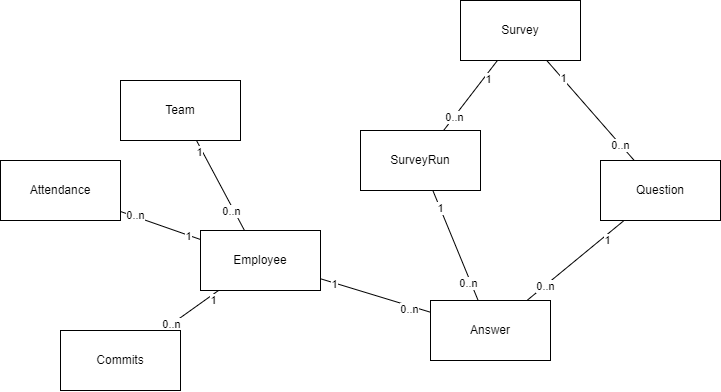
Creebos/Mindwatch keeps this draw.io diagram as docs/DiagramEntityRelationship.drawio.png. Above is the earlier version. Source tidied: cells renumbered, new cells last; positions are measured from the earlier drawing's top-left corner, leaving out a move shared by most shapes.
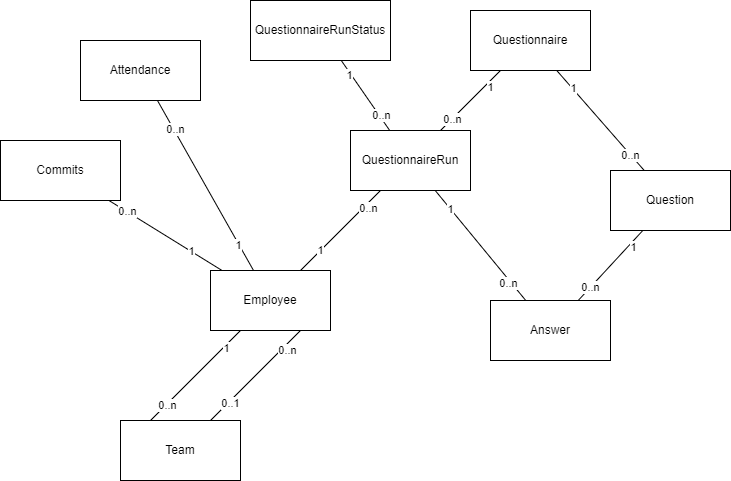
The same file after the commit.

The edit, as a diff of the source:
```diff
@@ -2,31 +2,44 @@
   <root>
     <mxCell id="0" />
     <mxCell id="1" parent="0" />
-    <mxCell id="2" style="edgeStyle=none;html=1;endArrow=none;endFill=0;" parent="1" edge="1" source="5" target="21">
+    <mxCell id="2" style="edgeStyle=none;html=1;endArrow=none;endFill=0;" parent="1" edge="1" source="5" target="25">
       <mxGeometry relative="1" as="geometry" />
     </mxCell>
     <mxCell id="3" value="1" style="edgeLabel;html=1;align=center;verticalAlign=middle;" parent="2" vertex="1">
-      <mxGeometry x="-0.76" y="-1" relative="1" as="geometry" />
+      <mxGeometry x="-0.76" y="-1" relative="1" as="geometry">
+        <mxPoint x="9" y="-11" as="offset" />
+      </mxGeometry>
     </mxCell>
     <mxCell id="4" value="0..n" style="edgeLabel;html=1;align=center;verticalAlign=middle;" parent="2" vertex="1">
       <mxGeometry x="0.62" y="-3" relative="1" as="geometry" />
     </mxCell>
+    <mxCell id="34" style="edgeStyle=none;html=1;exitX=0.75;exitY=1;exitDx=0;exitDy=0;entryX=0.75;entryY=0;entryDx=0;entryDy=0;endArrow=none;endFill=0;" parent="1" edge="1" source="5" target="9">
+      <mxGeometry relative="1" as="geometry" />
+    </mxCell>
+    <mxCell id="35" value="0..1" style="edgeLabel;html=1;align=center;verticalAlign=middle;" parent="34" vertex="1">
+      <mxGeometry x="0.6" y="2" relative="1" as="geometry">
+        <mxPoint y="-1" as="offset" />
+      </mxGeometry>
+    </mxCell>
+    <mxCell id="36" value="0..n" style="edgeLabel;html=1;align=center;verticalAlign=middle;" parent="34" vertex="1">
+      <mxGeometry x="-0.65" y="5" relative="1" as="geometry">
+        <mxPoint x="-1" as="offset" />
+      </mxGeometry>
+    </mxCell>
     <mxCell id="5" value="Employee" style="rounded=0;whiteSpace=wrap;html=1;" parent="1" vertex="1">
-      <mxGeometry x="200" y="230" width="120" height="60" as="geometry" />
+      <mxGeometry x="200" y="260" width="120" height="60" as="geometry" />
     </mxCell>
-    <mxCell id="6" style="edgeStyle=none;html=1;endArrow=none;endFill=0;" parent="1" edge="1" source="9" target="5">
+    <mxCell id="6" style="edgeStyle=none;html=1;exitX=0.25;exitY=0;exitDx=0;exitDy=0;entryX=0.25;entryY=1;entryDx=0;entryDy=0;endArrow=none;endFill=0;" parent="1" edge="1" source="9" target="5">
       <mxGeometry relative="1" as="geometry" />
     </mxCell>
-    <mxCell id="7" value="0..n" style="edgeLabel;html=1;align=center;verticalAlign=middle;" parent="6" vertex="1">
-      <mxGeometry x="-0.36" y="-1" relative="1" as="geometry">
-        <mxPoint x="20" y="41" as="offset" />
-      </mxGeometry>
-    </mxCell>
-    <mxCell id="8" value="1" style="edgeLabel;html=1;align=center;verticalAlign=middle;" parent="6" vertex="1">
-      <mxGeometry x="-0.77" y="-3" relative="1" as="geometry" />
-    </mxCell>
+    <mxCell id="37" value="1" style="edgeLabel;html=1;align=center;verticalAlign=middle;" parent="6" vertex="1">
+      <mxGeometry x="0.66" y="-2" relative="1" as="geometry" />
+    </mxCell>
+    <mxCell id="38" value="0..n" style="edgeLabel;html=1;align=center;verticalAlign=middle;" parent="6" vertex="1">
+      <mxGeometry x="-0.64" y="-1" relative="1" as="geometry" />
+    </mxCell>
     <mxCell id="9" value="Team" style="rounded=0;whiteSpace=wrap;html=1;" parent="1" vertex="1">
-      <mxGeometry x="120" y="80" width="120" height="60" as="geometry" />
+      <mxGeometry x="110" y="410" width="120" height="60" as="geometry" />
     </mxCell>
     <mxCell id="10" style="edgeStyle=none;html=1;endArrow=none;endFill=0;" parent="1" edge="1" source="13" target="25">
       <mxGeometry relative="1" as="geometry" />
@@ -37,7 +50,7 @@
     <mxCell id="12" value="0..n" style="edgeLabel;html=1;align=center;verticalAlign=middle;" parent="10" vertex="1">
       <mxGeometry x="0.63" relative="1" as="geometry" />
     </mxCell>
-    <mxCell id="13" value="Survey" style="rounded=0;whiteSpace=wrap;html=1;" parent="1" vertex="1">
+    <mxCell id="13" value="Questionnaire" style="rounded=0;whiteSpace=wrap;html=1;" parent="1" vertex="1">
       <mxGeometry x="460" width="120" height="60" as="geometry" />
     </mxCell>
     <mxCell id="14" style="edgeStyle=none;html=1;endArrow=none;endFill=0;" parent="1" edge="1" source="17" target="13">
@@ -64,7 +77,7 @@
       <mxGeometry x="-0.63" relative="1" as="geometry" />
     </mxCell>
     <mxCell id="21" value="Answer" style="rounded=0;whiteSpace=wrap;html=1;" parent="1" vertex="1">
-      <mxGeometry x="430" y="300" width="120" height="60" as="geometry" />
+      <mxGeometry x="480" y="290" width="120" height="60" as="geometry" />
     </mxCell>
     <mxCell id="22" style="edgeStyle=none;html=1;endArrow=none;endFill=0;" parent="1" edge="1" source="25" target="21">
       <mxGeometry relative="1" as="geometry" />
@@ -79,8 +92,17 @@
         <mxPoint y="1" as="offset" />
       </mxGeometry>
     </mxCell>
+    <mxCell id="39" style="html=1;endArrow=none;endFill=0;" parent="1" edge="1" source="25" target="42">
+      <mxGeometry relative="1" as="geometry" />
+    </mxCell>
+    <mxCell id="40" value="0..n" style="edgeLabel;html=1;align=center;verticalAlign=middle;" parent="39" vertex="1">
+      <mxGeometry x="-0.58" y="-2" relative="1" as="geometry" />
+    </mxCell>
+    <mxCell id="41" value="1" style="edgeLabel;html=1;align=center;verticalAlign=middle;" parent="39" vertex="1">
+      <mxGeometry x="0.62" y="2" relative="1" as="geometry" />
+    </mxCell>
-    <mxCell id="25" value="SurveyRun" style="rounded=0;whiteSpace=wrap;html=1;" parent="1" vertex="1">
-      <mxGeometry x="360" y="130" width="120" height="60" as="geometry" />
+    <mxCell id="25" value="QuestionnaireRun" style="rounded=0;whiteSpace=wrap;html=1;" parent="1" vertex="1">
+      <mxGeometry x="340" y="120" width="120" height="60" as="geometry" />
     </mxCell>
     <mxCell id="26" style="edgeStyle=none;html=1;endArrow=none;endFill=0;" parent="1" edge="1" source="29" target="5">
       <mxGeometry relative="1" as="geometry" />
@@ -94,7 +116,7 @@
       </mxGeometry>
     </mxCell>
     <mxCell id="29" value="Attendance" style="rounded=0;whiteSpace=wrap;html=1;" parent="1" vertex="1">
-      <mxGeometry y="160" width="120" height="60" as="geometry" />
+      <mxGeometry x="70" y="30" width="120" height="60" as="geometry" />
     </mxCell>
     <mxCell id="30" style="edgeStyle=none;html=1;endArrow=none;endFill=0;" parent="1" edge="1" source="33" target="5">
       <mxGeometry relative="1" as="geometry" />
@@ -103,10 +125,15 @@
       <mxGeometry x="-0.68" y="1" relative="1" as="geometry" />
     </mxCell>
     <mxCell id="32" value="1" style="edgeLabel;html=1;align=center;verticalAlign=middle;" parent="30" vertex="1">
-      <mxGeometry x="0.72" y="-4" relative="1" as="geometry" />
+      <mxGeometry x="0.72" y="-4" relative="1" as="geometry">
+        <mxPoint x="-13" y="-13" as="offset" />
+      </mxGeometry>
     </mxCell>
     <mxCell id="33" value="Commits" style="rounded=0;whiteSpace=wrap;html=1;" parent="1" vertex="1">
-      <mxGeometry x="60" y="330" width="120" height="60" as="geometry" />
+      <mxGeometry x="-10" y="130" width="120" height="60" as="geometry" />
     </mxCell>
+    <mxCell id="42" value="QuestionnaireRunStatus" style="rounded=0;whiteSpace=wrap;html=1;" parent="1" vertex="1">
+      <mxGeometry x="240" y="-10" width="140" height="60" as="geometry" />
+    </mxCell>
   </root>
 </mxGraphModel>
```
